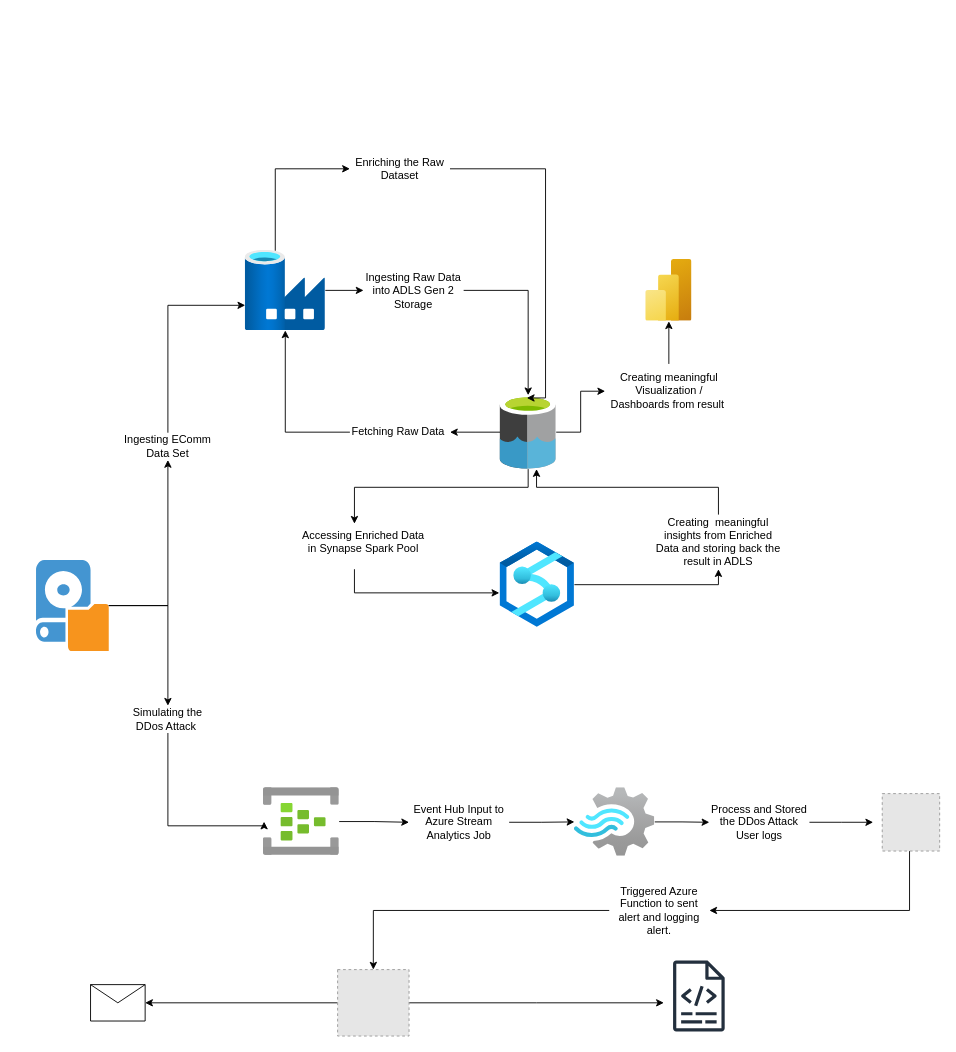
Above: Untitled Diagram.drawio in omkaragarwal/eCommBatchAndStreamAnalytics (draw.io), before the change. Source tidied: cells renumbered, new cells numbered last; positions are measured from the earlier drawing's top-left corner, leaving out a move shared by most shapes. Both pictures are drawn from the tidied source at 91%, with x=0, y=0 at pixel (35, 141). Pictures stored in the file or linked from it are replaced by grey dashed boxes.
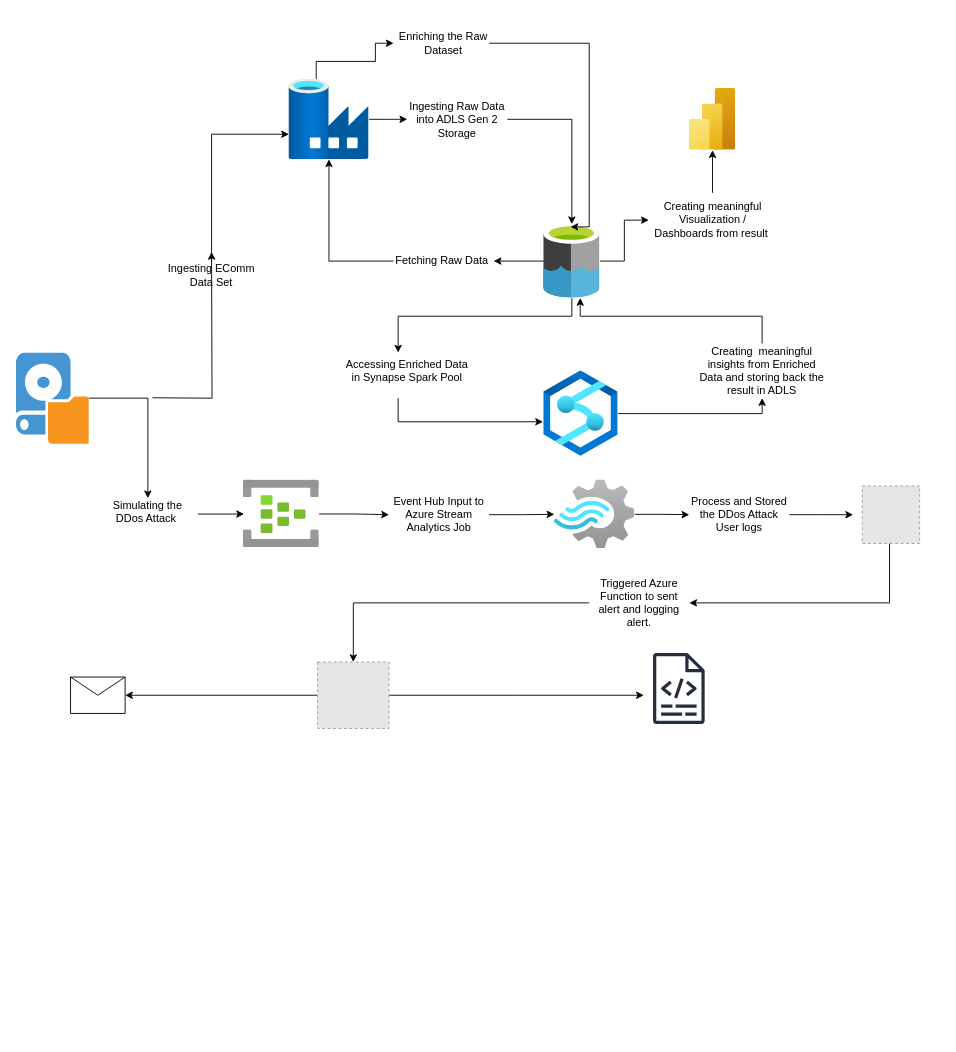
After the change.

What changed in the source:
```diff
@@
     <mxCell id="2" style="edgeStyle=orthogonalEdgeStyle;rounded=0;jettySize=auto;html=1;" parent="1" edge="1" source="13" target="5">
       <mxGeometry relative="1" as="geometry">
         <Array as="points">
-          <mxPoint x="145" y="180" />
+          <mxPoint x="193" y="-8" />
         </Array>
       </mxGeometry>
     </mxCell>
     <mxCell id="3" style="shadow=0;dashed=0;html=1;strokeColor=none;fillColor=#4495D1;labelPosition=center;verticalLabelPosition=bottom;verticalAlign=top;align=center;outlineConnect=0;shape=mxgraph.veeam.local_disk;" parent="1" vertex="1">
-      <mxGeometry y="460" width="80" height="100" as="geometry" />
+      <mxGeometry x="-22" y="232" width="80" height="100" as="geometry" />
     </mxCell>
@@
+    <mxCell id="18" style="edgeStyle=orthogonalEdgeStyle;rounded=0;jettySize=auto;html=1;entryX=0;entryY=0.5;entryDx=0;entryDy=0;" parent="1" edge="1" source="5" target="19">
+      <mxGeometry relative="1" as="geometry">
+        <Array as="points">
+          <mxPoint x="308" y="-88" />
+          <mxPoint x="373" y="-88" />
+          <mxPoint x="373" y="-108" />
+        </Array>
+      </mxGeometry>
+    </mxCell>
     <mxCell id="5" style="image;html=1;points=[];align=center;fontSize=12;image=img/lib/azure2/databases/Data_Factory.svg;" parent="1" vertex="1">
-      <mxGeometry x="230" y="119.6" width="88" height="88" as="geometry" />
+      <mxGeometry x="278" y="-68.4" width="88" height="88" as="geometry" />
     </mxCell>
@@
     <mxCell id="8" style="image;sketch=0;html=1;points=[];align=center;fontSize=12;image=img/lib/mscae/Data_Lake.svg;" parent="1" vertex="1">
-      <mxGeometry x="510" y="278.8" width="61.7" height="81.2" as="geometry" />
+      <mxGeometry x="558" y="90.8" width="61.7" height="81.2" as="geometry" />
     </mxCell>
     <mxCell id="9" style="image;html=1;points=[];align=center;fontSize=12;image=img/lib/azure2/analytics/Power_BI_Embedded.svg;" parent="1" vertex="1">
-      <mxGeometry x="670" y="129.6" width="51" height="68" as="geometry" />
+      <mxGeometry x="718" y="-58.4" width="51" height="68" as="geometry" />
     </mxCell>
-    <mxCell id="10" style="edgeStyle=orthogonalEdgeStyle;rounded=0;jettySize=auto;html=1;entryX=0.5;entryY=1;entryDx=0;entryDy=0;" parent="1" edge="1" source="11" target="25">
+    <mxCell id="10" style="edgeStyle=orthogonalEdgeStyle;rounded=0;jettySize=auto;html=1;entryX=0.5;entryY=1;entryDx=0;entryDy=0;" parent="1" edge="1" target="25">
       <mxGeometry relative="1" as="geometry">
+        <mxPoint x="639.7" y="299" as="sourcePoint" />
         <Array as="points">
-          <mxPoint x="750" y="487" />
+          <mxPoint x="798" y="299" />
         </Array>
       </mxGeometry>
     </mxCell>
     <mxCell id="11" style="image;html=1;points=[];align=center;fontSize=12;image=img/lib/azure2/analytics/Azure_Synapse_Analytics.svg;" parent="1" vertex="1">
-      <mxGeometry x="510" y="440" width="81.7" height="94" as="geometry" />
+      <mxGeometry x="558" y="252" width="81.7" height="94" as="geometry" />
     </mxCell>
-    <mxCell id="12" style="edgeStyle=orthogonalEdgeStyle;rounded=0;jettySize=auto;html=1;" parent="1" edge="1" source="3" target="13">
-      <mxGeometry relative="1" as="geometry" />
+    <mxCell id="12" style="edgeStyle=orthogonalEdgeStyle;rounded=0;orthogonalLoop=1;jettySize=auto;html=1;" parent="1" edge="1">
+      <mxGeometry relative="1" as="geometry">
+        <mxPoint x="128" y="281.6" as="sourcePoint" />
+        <mxPoint x="193" y="121.4" as="targetPoint" />
+      </mxGeometry>
     </mxCell>
     <mxCell id="13" value="Ingesting EComm Data Set" style="text;html=1;align=center;verticalAlign=middle;whiteSpace=wrap;rounded=0;" parent="1" vertex="1">
-      <mxGeometry x="90" y="320" width="110" height="30" as="geometry" />
+      <mxGeometry x="138" y="132" width="110" height="30" as="geometry" />
     </mxCell>
@@
     <mxCell id="15" value="Ingesting Raw Data into ADLS Gen 2 Storage" style="text;html=1;align=center;verticalAlign=middle;whiteSpace=wrap;rounded=0;" parent="1" vertex="1">
-      <mxGeometry x="360" y="148.6" width="110" height="30" as="geometry" />
+      <mxGeometry x="408" y="-39.4" width="110" height="30" as="geometry" />
     </mxCell>
@@
     <mxCell id="17" value="Fetching Raw Data&amp;nbsp;" style="text;html=1;align=center;verticalAlign=middle;whiteSpace=wrap;rounded=0;" parent="1" vertex="1">
-      <mxGeometry x="345" y="304.4" width="110" height="30" as="geometry" />
+      <mxGeometry x="393" y="116.4" width="110" height="30" as="geometry" />
     </mxCell>
-    <mxCell id="18" style="edgeStyle=orthogonalEdgeStyle;rounded=0;jettySize=auto;html=1;exitX=0.375;exitY=0.005;exitDx=0;exitDy=0;exitPerimeter=0;entryX=0;entryY=0.5;entryDx=0;entryDy=0;" parent="1" edge="1" source="5" target="19">
-      <mxGeometry relative="1" as="geometry">
-        <Array as="points">
-          <mxPoint x="263" y="30" />
-          <mxPoint x="340" y="30" />
-        </Array>
-      </mxGeometry>
-    </mxCell>
     <mxCell id="19" value="Enriching the Raw Dataset" style="text;html=1;align=center;verticalAlign=middle;whiteSpace=wrap;rounded=0;" parent="1" vertex="1">
-      <mxGeometry x="345" width="110" height="60" as="geometry" />
+      <mxGeometry x="393" y="-138" width="110" height="60" as="geometry" />
     </mxCell>
-    <mxCell id="20" style="edgeStyle=orthogonalEdgeStyle;rounded=0;jettySize=auto;html=1;entryX=0.477;entryY=0.037;entryDx=0;entryDy=0;entryPerimeter=0;" parent="1" edge="1" source="19" target="8">
+    <mxCell id="20" style="edgeStyle=orthogonalEdgeStyle;rounded=0;jettySize=auto;html=1;entryX=0.477;entryY=0.037;entryDx=0;entryDy=0;entryPerimeter=0;" parent="1" edge="1" target="8">
       <mxGeometry relative="1" as="geometry">
+        <mxPoint x="498" y="-108" as="sourcePoint" />
         <Array as="points">
-          <mxPoint x="560" y="30" />
-          <mxPoint x="560" y="282" />
+          <mxPoint x="503" y="-108" />
+          <mxPoint x="608" y="-108" />
+          <mxPoint x="608" y="94" />
         </Array>
       </mxGeometry>
     </mxCell>
-    <mxCell id="21" style="edgeStyle=orthogonalEdgeStyle;rounded=0;jettySize=auto;html=1;entryX=-0.01;entryY=0.596;entryDx=0;entryDy=0;entryPerimeter=0;" parent="1" edge="1" source="23" target="11">
+    <mxCell id="21" style="edgeStyle=orthogonalEdgeStyle;rounded=0;jettySize=auto;html=1;entryX=-0.01;entryY=0.596;entryDx=0;entryDy=0;entryPerimeter=0;" parent="1" edge="1" source="23">
       <mxGeometry relative="1" as="geometry">
+        <mxPoint x="557.2" y="308" as="targetPoint" />
         <Array as="points">
-          <mxPoint x="350" y="496" />
+          <mxPoint x="398" y="308" />
         </Array>
       </mxGeometry>
     </mxCell>
     <mxCell id="22" style="edgeStyle=orthogonalEdgeStyle;rounded=0;jettySize=auto;html=1;entryX=0.65;entryY=0.978;entryDx=0;entryDy=0;entryPerimeter=0;exitX=0.5;exitY=0;exitDx=0;exitDy=0;" parent="1" edge="1" source="25">
       <mxGeometry relative="1" as="geometry">
-        <mxPoint x="550.1" y="360" as="targetPoint" />
+        <mxPoint x="598.1" y="172" as="targetPoint" />
         <Array as="points">
-          <mxPoint x="750" y="380" />
-          <mxPoint x="550" y="380" />
+          <mxPoint x="798" y="192" />
+          <mxPoint x="598" y="192" />
         </Array>
       </mxGeometry>
     </mxCell>
     <mxCell id="23" value="Accessing Enriched Data in Synapse Spark Pool" style="text;html=1;align=center;verticalAlign=middle;whiteSpace=wrap;rounded=0;" parent="1" vertex="1">
-      <mxGeometry x="290" y="410" width="140" height="60" as="geometry" />
+      <mxGeometry x="338" y="222" width="140" height="60" as="geometry" />
     </mxCell>
     <mxCell id="24" style="edgeStyle=orthogonalEdgeStyle;rounded=0;jettySize=auto;html=1;" parent="1" edge="1" source="8">
       <mxGeometry relative="1" as="geometry">
-        <mxPoint x="350" y="420" as="targetPoint" />
+        <mxPoint x="398" y="232" as="targetPoint" />
         <Array as="points">
-          <mxPoint x="541" y="380" />
-          <mxPoint x="350" y="380" />
+          <mxPoint x="589" y="192" />
+          <mxPoint x="398" y="192" />
         </Array>
       </mxGeometry>
     </mxCell>
     <mxCell id="25" value="Creating&amp;nbsp; meaningful insights from Enriched Data and storing back the result in ADLS" style="text;html=1;align=center;verticalAlign=middle;whiteSpace=wrap;rounded=0;" parent="1" vertex="1">
-      <mxGeometry x="680" y="410" width="140" height="60" as="geometry" />
+      <mxGeometry x="728" y="222" width="140" height="60" as="geometry" />
     </mxCell>
@@
     <mxCell id="27" value="Creating meaningful Visualization / Dashboards from result&amp;nbsp;" style="text;html=1;align=center;verticalAlign=middle;whiteSpace=wrap;rounded=0;" parent="1" vertex="1">
-      <mxGeometry x="625.5" y="244.4" width="140" height="60" as="geometry" />
+      <mxGeometry x="673.5" y="56.4" width="140" height="60" as="geometry" />
     </mxCell>
     <mxCell id="28" style="edgeStyle=orthogonalEdgeStyle;rounded=0;jettySize=auto;html=1;" parent="1" edge="1" source="3" target="29">
       <mxGeometry relative="1" as="geometry">
         <Array as="points">
-          <mxPoint x="145" y="510" />
+          <mxPoint x="123" y="282" />
         </Array>
       </mxGeometry>
     </mxCell>
     <mxCell id="29" value="Simulating the DDos Attack&amp;nbsp;" style="text;html=1;align=center;verticalAlign=middle;whiteSpace=wrap;rounded=0;" parent="1" vertex="1">
-      <mxGeometry x="90" y="620" width="110" height="30" as="geometry" />
+      <mxGeometry x="68" y="392" width="110" height="30" as="geometry" />
     </mxCell>
@@
     <mxCell id="31" style="image;html=1;points=[];align=center;fontSize=12;image=img/lib/azure2/iot/Event_Hubs.svg;" parent="1" vertex="1">
-      <mxGeometry x="250" y="710" width="83.2" height="74.5" as="geometry" />
+      <mxGeometry x="228" y="372" width="83.2" height="74.5" as="geometry" />
     </mxCell>
     <mxCell id="32" style="edgeStyle=orthogonalEdgeStyle;rounded=0;jettySize=auto;html=1;entryX=0.008;entryY=0.502;entryDx=0;entryDy=0;entryPerimeter=0;" parent="1" edge="1" source="29" target="31">
       <mxGeometry relative="1" as="geometry">
         <Array as="points">
-          <mxPoint x="145" y="752" />
+          <mxPoint x="178" y="409" />
+          <mxPoint x="178" y="409" />
         </Array>
       </mxGeometry>
     </mxCell>
@@
     <mxCell id="34" style="image;html=1;points=[];align=center;fontSize=12;image=img/lib/azure2/iot/Stream_Analytics_Jobs.svg;" parent="1" vertex="1">
-      <mxGeometry x="591.7" y="710" width="88.3" height="75.3" as="geometry" />
+      <mxGeometry x="569.7" y="372" width="88.3" height="75.3" as="geometry" />
     </mxCell>
@@
     <mxCell id="36" value="Event Hub Input to Azure Stream Analytics Job" style="text;html=1;align=center;verticalAlign=middle;whiteSpace=wrap;rounded=0;" parent="1" vertex="1">
-      <mxGeometry x="410" y="733.1" width="110" height="30" as="geometry" />
+      <mxGeometry x="388" y="395.1" width="110" height="30" as="geometry" />
     </mxCell>
     <mxCell id="37" style="edgeStyle=orthogonalEdgeStyle;rounded=0;jettySize=auto;html=1;" parent="1" edge="1" source="38">
       <mxGeometry relative="1" as="geometry">
-        <mxPoint x="920" y="748.1" as="targetPoint" />
+        <mxPoint x="898" y="410.1" as="targetPoint" />
       </mxGeometry>
     </mxCell>
     <mxCell id="38" value="Process and Stored the DDos Attack User logs" style="text;html=1;align=center;verticalAlign=middle;whiteSpace=wrap;rounded=0;" parent="1" vertex="1">
-      <mxGeometry x="740" y="733.1" width="110" height="30" as="geometry" />
+      <mxGeometry x="718" y="395.1" width="110" height="30" as="geometry" />
     </mxCell>
     <mxCell id="39" style="edgeStyle=orthogonalEdgeStyle;rounded=0;jettySize=auto;html=1;entryX=1;entryY=0.5;entryDx=0;entryDy=0;" parent="1" edge="1" source="40" target="45">
       <mxGeometry relative="1" as="geometry">
         <Array as="points">
-          <mxPoint x="960" y="845" />
+          <mxPoint x="938" y="507" />
         </Array>
       </mxGeometry>
     </mxCell>
     <mxCell id="40" style="fillColor=#E6E6E6;strokeColor=#999999;dashed=1;verticalLabelPosition=bottom;labelBackgroundColor=#ffffff;verticalAlign=top;" parent="1" vertex="1">
-      <mxGeometry x="930" y="716.6" width="63.1" height="63.1" as="geometry" />
+      <mxGeometry x="908" y="378.6" width="63.1" height="63.1" as="geometry" />
     </mxCell>
     <mxCell id="41" style="edgeStyle=orthogonalEdgeStyle;rounded=0;jettySize=auto;html=1;" parent="1" edge="1" source="43">
       <mxGeometry relative="1" as="geometry">
-        <mxPoint x="690" y="946.5" as="targetPoint" />
+        <mxPoint x="668" y="608.5" as="targetPoint" />
       </mxGeometry>
     </mxCell>
@@
     <mxCell id="43" style="fillColor=#E6E6E6;strokeColor=#999999;dashed=1;verticalLabelPosition=bottom;labelBackgroundColor=#ffffff;verticalAlign=top;" parent="1" vertex="1">
-      <mxGeometry x="331.5" y="910" width="78.5" height="73" as="geometry" />
+      <mxGeometry x="309.5" y="572" width="78.5" height="73" as="geometry" />
     </mxCell>
@@
     <mxCell id="45" value="Triggered Azure Function to sent alert and logging alert." style="text;html=1;align=center;verticalAlign=middle;whiteSpace=wrap;rounded=0;" parent="1" vertex="1">
-      <mxGeometry x="630" y="830" width="110" height="30" as="geometry" />
+      <mxGeometry x="608" y="492" width="110" height="30" as="geometry" />
     </mxCell>
     <mxCell id="46" style="sketch=0;fontColor=#232F3E;gradientColor=none;fillColor=#232F3D;strokeColor=none;dashed=0;verticalLabelPosition=bottom;verticalAlign=top;align=center;html=1;fontSize=12;fontStyle=0;shape=mxgraph.aws4.logs;" parent="1" vertex="1">
-      <mxGeometry x="700" y="900" width="57" height="78" as="geometry" />
+      <mxGeometry x="678" y="562" width="57" height="78" as="geometry" />
     </mxCell>
     <mxCell id="47" style="shape=message;html=1;html=1;outlineConnect=0;labelPosition=center;verticalLabelPosition=bottom;align=center;verticalAlign=top;" parent="1" vertex="1">
-      <mxGeometry x="60" y="926.5" width="60" height="40" as="geometry" />
+      <mxGeometry x="38" y="588.5" width="60" height="40" as="geometry" />
     </mxCell>
```
